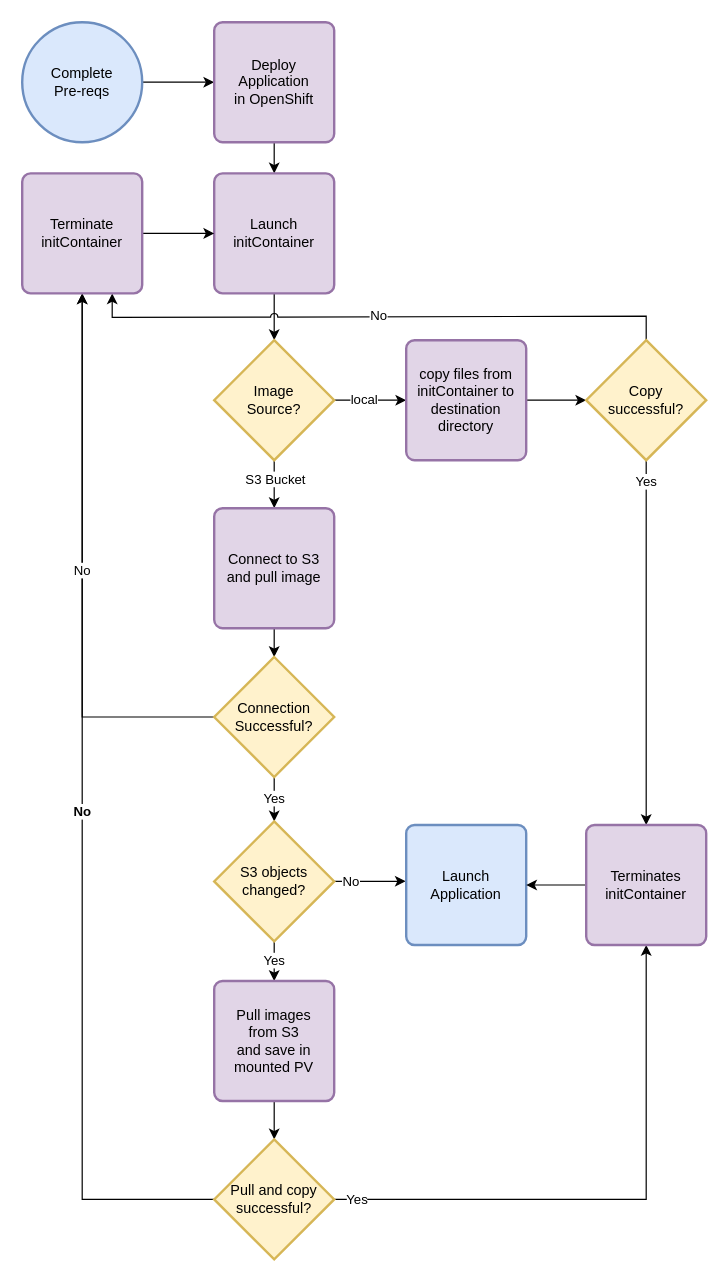
The draw.io diagram diagrams/flowchart.drawio in worsco/ocp4-exp01-initcont, before the edit. Source tidied: cells renumbered, new cells numbered last; positions are measured from the earlier drawing's top-left corner, leaving out a move shared by most shapes. Both pictures are drawn from the tidied source at 120%, with x=0, y=0 at pixel (22, 22).
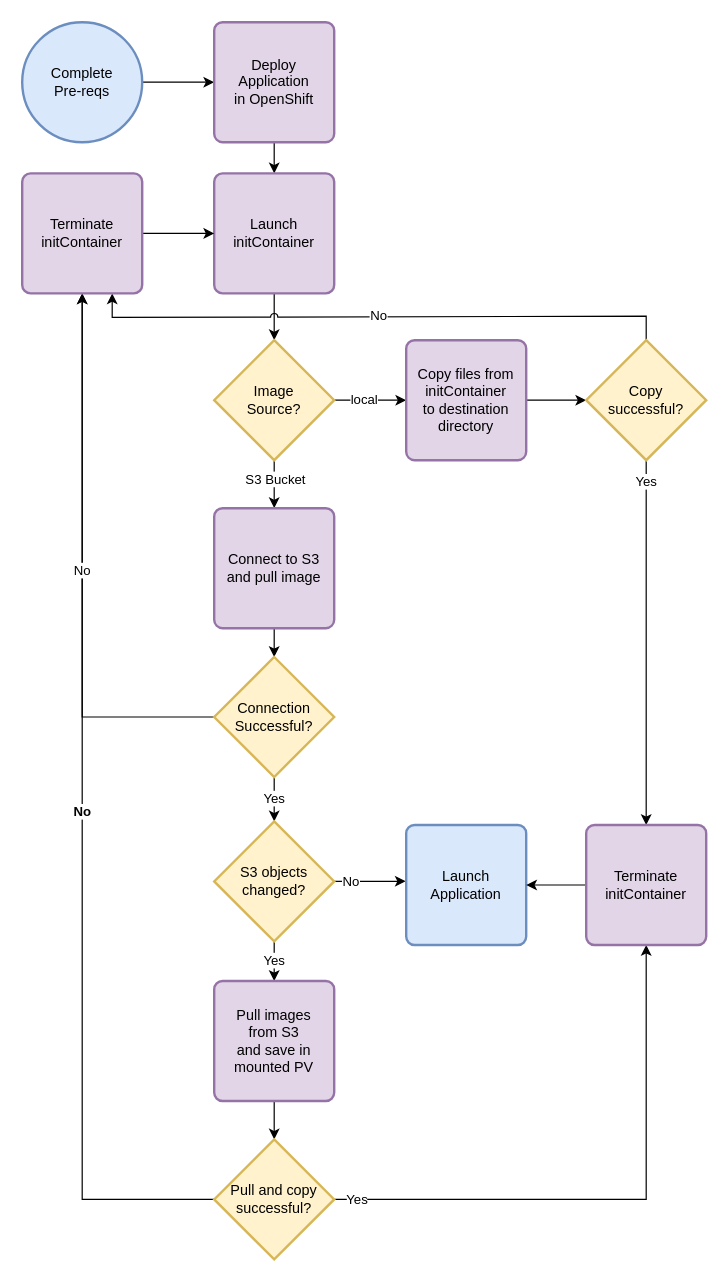
After the change.

The edit, as a diff of the source:
```diff
@@
-    <mxCell id="23" value="copy files from initContainer to destination directory" style="rounded=1;whiteSpace=wrap;html=1;absoluteArcSize=1;arcSize=14;strokeWidth=2;fillColor=#e1d5e7;strokeColor=#9673a6;" parent="1" vertex="1">
+    <mxCell id="23" value="Copy files from initContainer &lt;br&gt;to destination directory" style="rounded=1;whiteSpace=wrap;html=1;absoluteArcSize=1;arcSize=14;strokeWidth=2;fillColor=#e1d5e7;strokeColor=#9673a6;" parent="1" vertex="1">
       <mxGeometry x="320" y="265" width="100" height="100" as="geometry" />
     </mxCell>
@@
-    <mxCell id="34" value="Terminates&lt;br&gt;initContainer&lt;br&gt;" style="rounded=1;whiteSpace=wrap;html=1;absoluteArcSize=1;arcSize=14;strokeWidth=2;fillColor=#e1d5e7;strokeColor=#9673a6;" parent="1" vertex="1">
+    <mxCell id="34" value="Terminate&lt;br&gt;initContainer" style="rounded=1;whiteSpace=wrap;html=1;absoluteArcSize=1;arcSize=14;strokeWidth=2;fillColor=#e1d5e7;strokeColor=#9673a6;" parent="1" vertex="1">
       <mxGeometry x="470" y="669" width="100" height="100" as="geometry" />
     </mxCell>
```
